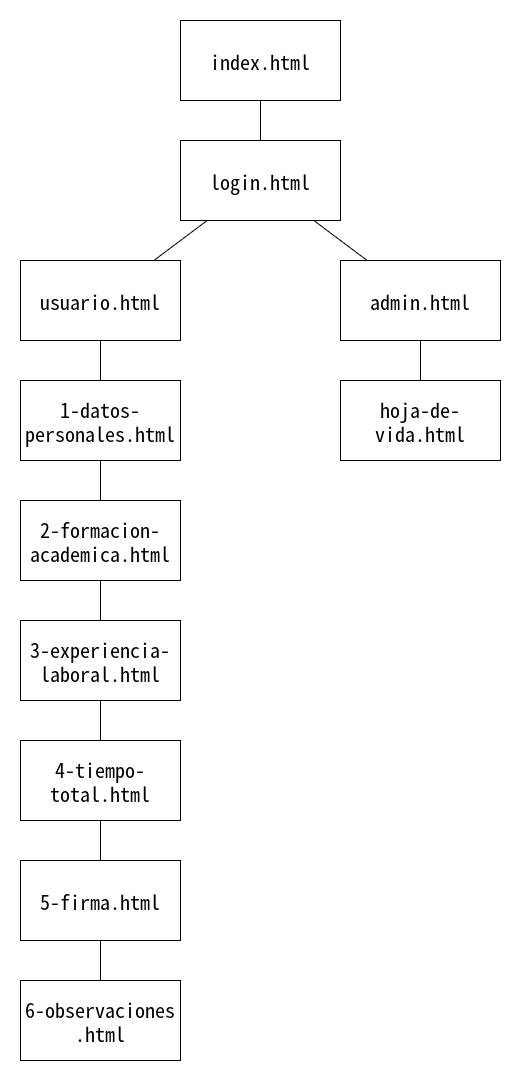
Before: diagrams/diagrama-navegacion.png, a diagram exported from draw.io (juanMolano4231/proyecto-corte02-desarrollo-web). Source tidied: cells renumbered, new cells last; positions are measured from the earlier drawing's top-left corner, leaving out a move shared by most shapes.
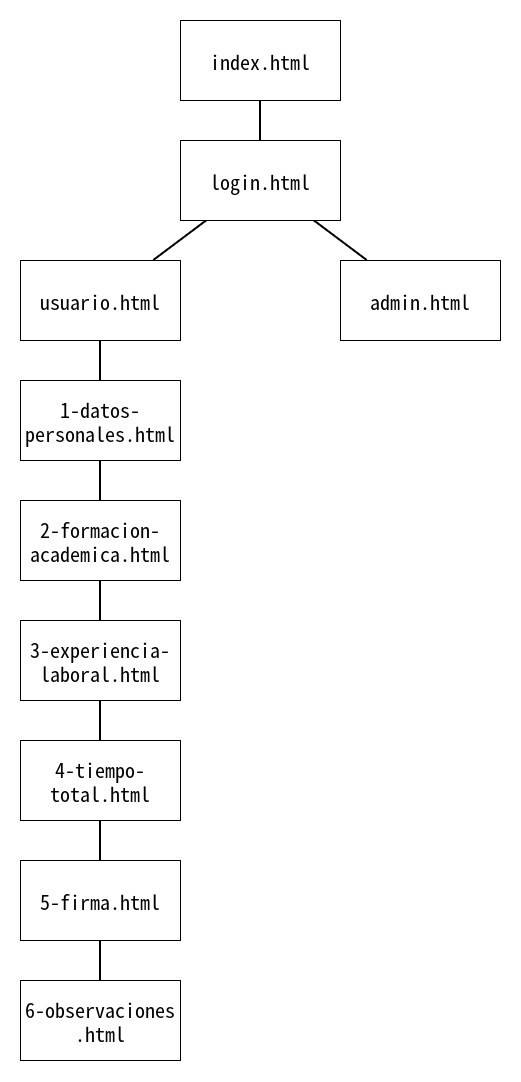
The same diagram one commit later.

The edit, as a diff of the source:
```diff
@@ -2,52 +2,52 @@
   <root>
     <mxCell id="0" />
     <mxCell id="1" parent="0" />
-    <mxCell id="2" style="shape=connector;rounded=0;jettySize=auto;html=1;strokeColor=default;align=center;verticalAlign=middle;fontFamily=Helvetica;fontSize=11;fontColor=default;labelBackgroundColor=default;endArrow=none;endFill=0;" parent="1" edge="1" source="3" target="6">
+    <mxCell id="2" style="edgeStyle=none;shape=connector;rounded=0;jettySize=auto;html=1;strokeColor=default;strokeWidth=2;align=center;verticalAlign=middle;fontFamily=Helvetica;fontSize=11;fontColor=default;labelBackgroundColor=default;endArrow=none;endFill=0;endSize=12;" parent="1" edge="1" source="3" target="6">
       <mxGeometry relative="1" as="geometry" />
     </mxCell>
     <mxCell id="3" value="&lt;div&gt;index.html&lt;/div&gt;" style="rounded=0;whiteSpace=wrap;html=1;fontSize=20;" parent="1" vertex="1">
       <mxGeometry x="160" width="160" height="80" as="geometry" />
     </mxCell>
-    <mxCell id="4" style="edgeStyle=none;shape=connector;rounded=0;jettySize=auto;html=1;strokeColor=default;align=center;verticalAlign=middle;fontFamily=Helvetica;fontSize=11;fontColor=default;labelBackgroundColor=default;endArrow=none;endFill=0;" parent="1" edge="1" source="6" target="21">
+    <mxCell id="4" style="edgeStyle=none;shape=connector;rounded=0;jettySize=auto;html=1;strokeColor=default;strokeWidth=2;align=center;verticalAlign=middle;fontFamily=Helvetica;fontSize=11;fontColor=default;labelBackgroundColor=default;endArrow=none;endFill=0;endSize=12;" parent="1" edge="1" source="6" target="21">
       <mxGeometry relative="1" as="geometry" />
     </mxCell>
-    <mxCell id="5" style="edgeStyle=none;shape=connector;rounded=0;jettySize=auto;html=1;strokeColor=default;align=center;verticalAlign=middle;fontFamily=Helvetica;fontSize=11;fontColor=default;labelBackgroundColor=default;endArrow=none;endFill=0;" parent="1" edge="1" source="6" target="8">
+    <mxCell id="5" style="edgeStyle=none;shape=connector;rounded=0;jettySize=auto;html=1;strokeColor=default;strokeWidth=2;align=center;verticalAlign=middle;fontFamily=Helvetica;fontSize=11;fontColor=default;labelBackgroundColor=default;endArrow=none;endFill=0;endSize=12;" parent="1" edge="1" source="6" target="8">
       <mxGeometry relative="1" as="geometry" />
     </mxCell>
     <mxCell id="6" value="login.html" style="rounded=0;whiteSpace=wrap;html=1;fontSize=20;" parent="1" vertex="1">
       <mxGeometry x="160" y="120" width="160" height="80" as="geometry" />
     </mxCell>
-    <mxCell id="7" style="edgeStyle=none;shape=connector;rounded=0;jettySize=auto;html=1;strokeColor=default;align=center;verticalAlign=middle;fontFamily=Helvetica;fontSize=11;fontColor=default;labelBackgroundColor=default;endArrow=none;endFill=0;" parent="1" edge="1" source="8" target="10">
+    <mxCell id="7" style="edgeStyle=none;shape=connector;rounded=0;jettySize=auto;html=1;strokeColor=default;strokeWidth=2;align=center;verticalAlign=middle;fontFamily=Helvetica;fontSize=11;fontColor=default;labelBackgroundColor=default;endArrow=none;endFill=0;endSize=12;" parent="1" edge="1" source="8" target="10">
       <mxGeometry relative="1" as="geometry" />
     </mxCell>
     <mxCell id="8" value="usuario.html" style="rounded=0;whiteSpace=wrap;html=1;fontSize=20;" parent="1" vertex="1">
       <mxGeometry y="240" width="160" height="80" as="geometry" />
     </mxCell>
-    <mxCell id="9" style="edgeStyle=none;shape=connector;rounded=0;jettySize=auto;html=1;strokeColor=default;align=center;verticalAlign=middle;fontFamily=Helvetica;fontSize=11;fontColor=default;labelBackgroundColor=default;endArrow=none;endFill=0;" parent="1" edge="1" source="10" target="12">
+    <mxCell id="9" style="edgeStyle=none;shape=connector;rounded=0;jettySize=auto;html=1;strokeColor=default;strokeWidth=2;align=center;verticalAlign=middle;fontFamily=Helvetica;fontSize=11;fontColor=default;labelBackgroundColor=default;endArrow=none;endFill=0;endSize=12;" parent="1" edge="1" source="10" target="12">
       <mxGeometry relative="1" as="geometry" />
     </mxCell>
     <mxCell id="10" value="1-datos-personales.html" style="rounded=0;whiteSpace=wrap;html=1;fontSize=20;" parent="1" vertex="1">
       <mxGeometry y="360" width="160" height="80" as="geometry" />
     </mxCell>
-    <mxCell id="11" style="edgeStyle=none;shape=connector;rounded=0;jettySize=auto;html=1;strokeColor=default;align=center;verticalAlign=middle;fontFamily=Helvetica;fontSize=11;fontColor=default;labelBackgroundColor=default;endArrow=none;endFill=0;" parent="1" edge="1" source="12" target="14">
+    <mxCell id="11" style="edgeStyle=none;shape=connector;rounded=0;jettySize=auto;html=1;strokeColor=default;strokeWidth=2;align=center;verticalAlign=middle;fontFamily=Helvetica;fontSize=11;fontColor=default;labelBackgroundColor=default;endArrow=none;endFill=0;endSize=12;" parent="1" edge="1" source="12" target="14">
       <mxGeometry relative="1" as="geometry" />
     </mxCell>
     <mxCell id="12" value="2-formacion-academica.html" style="rounded=0;whiteSpace=wrap;html=1;fontSize=20;" parent="1" vertex="1">
       <mxGeometry y="480" width="160" height="80" as="geometry" />
     </mxCell>
-    <mxCell id="13" style="edgeStyle=none;shape=connector;rounded=0;jettySize=auto;html=1;strokeColor=default;align=center;verticalAlign=middle;fontFamily=Helvetica;fontSize=11;fontColor=default;labelBackgroundColor=default;endArrow=none;endFill=0;" parent="1" edge="1" source="14" target="16">
+    <mxCell id="13" style="edgeStyle=none;shape=connector;rounded=0;jettySize=auto;html=1;strokeColor=default;strokeWidth=2;align=center;verticalAlign=middle;fontFamily=Helvetica;fontSize=11;fontColor=default;labelBackgroundColor=default;endArrow=none;endFill=0;endSize=12;" parent="1" edge="1" source="14" target="16">
       <mxGeometry relative="1" as="geometry" />
     </mxCell>
     <mxCell id="14" value="3-experiencia-laboral.html" style="rounded=0;whiteSpace=wrap;html=1;fontSize=20;" parent="1" vertex="1">
       <mxGeometry y="600" width="160" height="80" as="geometry" />
     </mxCell>
-    <mxCell id="15" style="edgeStyle=none;shape=connector;rounded=0;jettySize=auto;html=1;strokeColor=default;align=center;verticalAlign=middle;fontFamily=Helvetica;fontSize=11;fontColor=default;labelBackgroundColor=default;endArrow=none;endFill=0;" parent="1" edge="1" source="16" target="18">
+    <mxCell id="15" style="edgeStyle=none;shape=connector;rounded=0;jettySize=auto;html=1;strokeColor=default;strokeWidth=2;align=center;verticalAlign=middle;fontFamily=Helvetica;fontSize=11;fontColor=default;labelBackgroundColor=default;endArrow=none;endFill=0;endSize=12;" parent="1" edge="1" source="16" target="18">
       <mxGeometry relative="1" as="geometry" />
     </mxCell>
     <mxCell id="16" value="4-tiempo-total.html" style="rounded=0;whiteSpace=wrap;html=1;fontSize=20;" parent="1" vertex="1">
       <mxGeometry y="720" width="160" height="80" as="geometry" />
     </mxCell>
-    <mxCell id="17" style="edgeStyle=none;shape=connector;rounded=0;jettySize=auto;html=1;strokeColor=default;align=center;verticalAlign=middle;fontFamily=Helvetica;fontSize=11;fontColor=default;labelBackgroundColor=default;endArrow=none;endFill=0;" parent="1" edge="1" source="18" target="19">
+    <mxCell id="17" style="edgeStyle=none;shape=connector;rounded=0;jettySize=auto;html=1;strokeColor=default;strokeWidth=2;align=center;verticalAlign=middle;fontFamily=Helvetica;fontSize=11;fontColor=default;labelBackgroundColor=default;endArrow=none;endFill=0;endSize=12;" parent="1" edge="1" source="18" target="19">
       <mxGeometry relative="1" as="geometry" />
     </mxCell>
     <mxCell id="18" value="5-firma.html" style="rounded=0;whiteSpace=wrap;html=1;fontSize=20;" parent="1" vertex="1">
@@ -56,14 +56,8 @@
     <mxCell id="19" value="&lt;div&gt;6-observaciones&lt;/div&gt;&lt;div&gt;.html&lt;/div&gt;" style="rounded=0;whiteSpace=wrap;html=1;fontSize=20;" parent="1" vertex="1">
       <mxGeometry y="960" width="160" height="80" as="geometry" />
     </mxCell>
-    <mxCell id="20" style="edgeStyle=none;shape=connector;rounded=0;jettySize=auto;html=1;strokeColor=default;align=center;verticalAlign=middle;fontFamily=Helvetica;fontSize=11;fontColor=default;labelBackgroundColor=default;endArrow=none;endFill=0;" parent="1" edge="1" source="21" target="22">
-      <mxGeometry relative="1" as="geometry" />
-    </mxCell>
     <mxCell id="21" value="&lt;div&gt;admin.html&lt;/div&gt;" style="rounded=0;whiteSpace=wrap;html=1;fontSize=20;" parent="1" vertex="1">
       <mxGeometry x="320" y="240" width="160" height="80" as="geometry" />
     </mxCell>
-    <mxCell id="22" value="hoja-de-vida.html" style="rounded=0;whiteSpace=wrap;html=1;fontSize=20;" parent="1" vertex="1">
-      <mxGeometry x="320" y="360" width="160" height="80" as="geometry" />
-    </mxCell>
   </root>
 </mxGraphModel>
```
